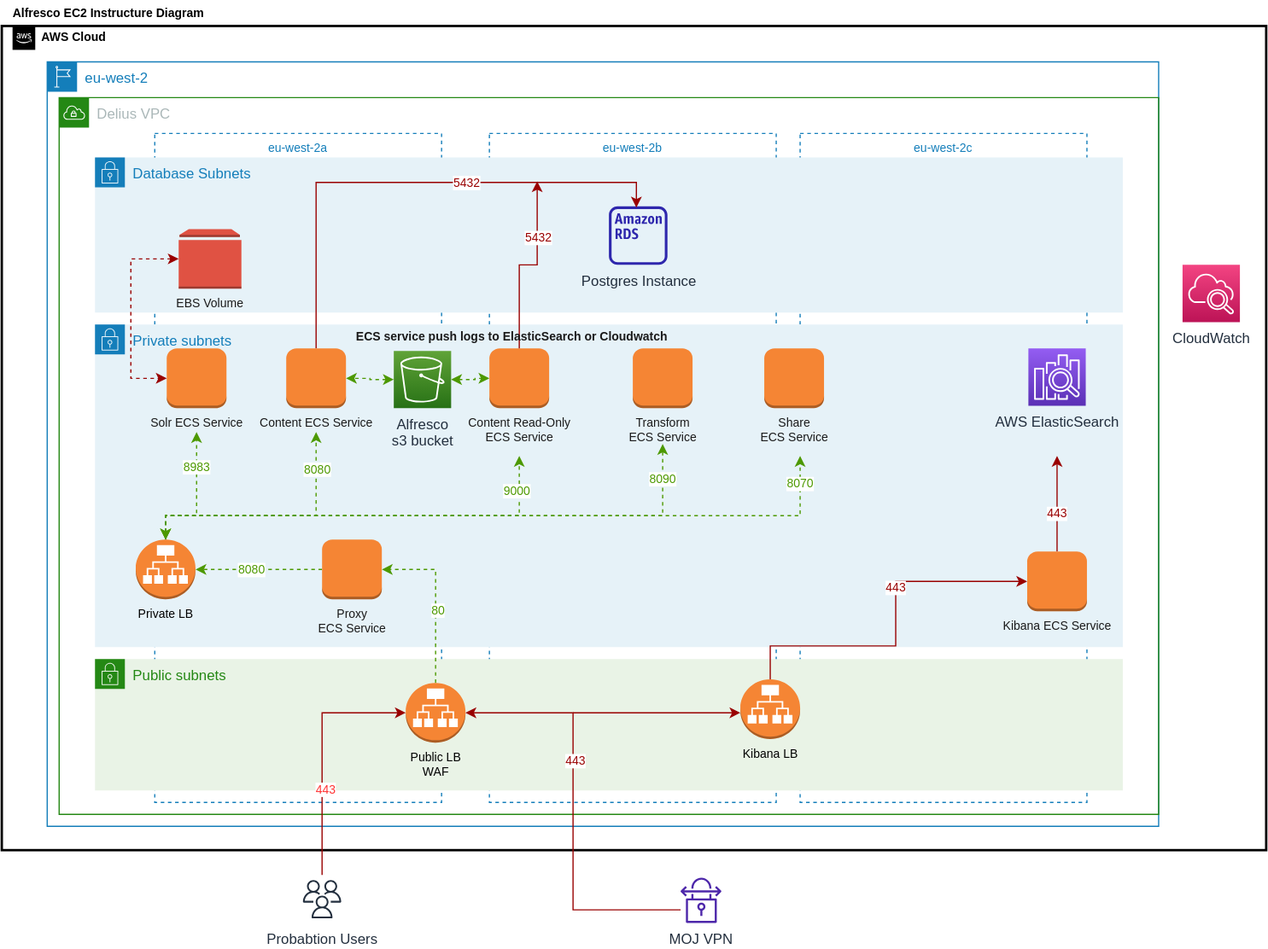
Earlier version of the draw.io export documentation/alfresco-ecs.drawio.svg (ministryofjustice/hmpps-delius-alfresco-shared-terraform). Source tidied: cells renumbered, new cells last; positions are measured from the earlier drawing's top-left corner, leaving out a move shared by most shapes.
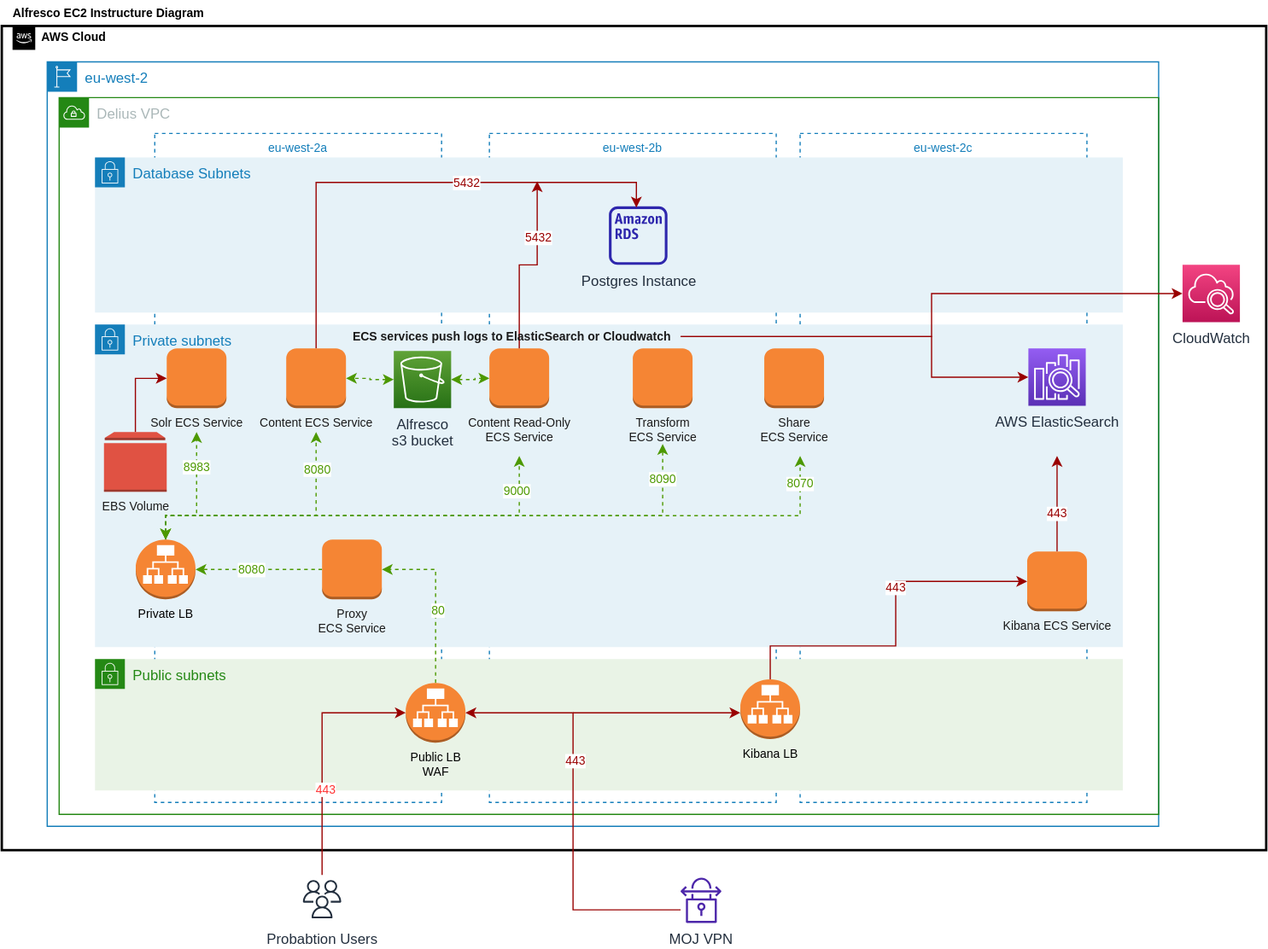
Above is the later version.

What changed in the source:
```diff
@@ -195,16 +195,11 @@
     <mxCell id="48" value="Alfresco &lt;br&gt;s3 bucket" style="sketch=0;points=[[0,0,0],[0.25,0,0],[0.5,0,0],[0.75,0,0],[1,0,0],[0,1,0],[0.25,1,0],[0.5,1,0],[0.75,1,0],[1,1,0],[0,0.25,0],[0,0.5,0],[0,0.75,0],[1,0.25,0],[1,0.5,0],[1,0.75,0]];outlineConnect=0;fontColor=#232F3E;gradientColor=#60A337;gradientDirection=north;fillColor=#277116;strokeColor=#ffffff;dashed=0;verticalLabelPosition=bottom;verticalAlign=top;align=center;html=1;fontSize=12;fontStyle=0;shape=mxgraph.aws4.resourceIcon;resIcon=mxgraph.aws4.s3;" parent="1" vertex="1">
       <mxGeometry x="329" y="293" width="48" height="48" as="geometry" />
     </mxCell>
-    <mxCell id="49" style="edgeStyle=orthogonalEdgeStyle;rounded=0;jettySize=auto;html=1;entryX=0;entryY=0.5;entryDx=0;entryDy=0;entryPerimeter=0;dashed=1;fontSize=10;fontColor=#990000;startArrow=classic;startFill=1;endArrow=classic;endFill=1;strokeColor=#990000;exitX=0;exitY=0.5;exitDx=0;exitDy=0;exitPerimeter=0;" parent="1" edge="1" source="50" target="28">
-      <mxGeometry relative="1" as="geometry">
-        <Array as="points">
-          <mxPoint x="109" y="216" />
-          <mxPoint x="109" y="316" />
-        </Array>
-      </mxGeometry>
+    <mxCell id="49" style="edgeStyle=orthogonalEdgeStyle;rounded=0;jettySize=auto;html=1;entryX=0;entryY=0.5;entryDx=0;entryDy=0;entryPerimeter=0;fontSize=10;fontColor=#1A1A1A;startArrow=none;startFill=0;endArrow=classic;endFill=1;strokeColor=#990000;" parent="1" edge="1" source="50" target="28">
+      <mxGeometry relative="1" as="geometry" />
     </mxCell>
     <mxCell id="50" value="EBS Volume" style="outlineConnect=0;dashed=0;verticalLabelPosition=bottom;verticalAlign=top;align=center;html=1;shape=mxgraph.aws3.volume;fillColor=#E05243;gradientColor=none;dashPattern=1 4;fontSize=10;fontColor=#1A1A1A;strokeColor=#FF9999;strokeWidth=2;" parent="1" vertex="1">
-      <mxGeometry x="149" y="191" width="52.5" height="50" as="geometry" />
+      <mxGeometry x="86.5" y="361" width="52.5" height="50" as="geometry" />
     </mxCell>
     <mxCell id="51" value="CloudWatch" style="sketch=0;points=[[0,0,0],[0.25,0,0],[0.5,0,0],[0.75,0,0],[1,0,0],[0,1,0],[0.25,1,0],[0.5,1,0],[0.75,1,0],[1,1,0],[0,0.25,0],[0,0.5,0],[0,0.75,0],[1,0.25,0],[1,0.5,0],[1,0.75,0]];points=[[0,0,0],[0.25,0,0],[0.5,0,0],[0.75,0,0],[1,0,0],[0,1,0],[0.25,1,0],[0.5,1,0],[0.75,1,0],[1,1,0],[0,0.25,0],[0,0.5,0],[0,0.75,0],[1,0.25,0],[1,0.5,0],[1,0.75,0]];outlineConnect=0;fontColor=#232F3E;gradientColor=#F34482;gradientDirection=north;fillColor=#BC1356;strokeColor=#ffffff;dashed=0;verticalLabelPosition=bottom;verticalAlign=top;align=center;html=1;fontSize=12;fontStyle=0;shape=mxgraph.aws4.resourceIcon;resIcon=mxgraph.aws4.cloudwatch_2;dashPattern=1 4;" parent="1" vertex="1">
       <mxGeometry x="989" y="221" width="48" height="48" as="geometry" />
@@ -248,7 +243,18 @@
         <mxPoint x="14" y="-26" as="offset" />
       </mxGeometry>
     </mxCell>
+    <mxCell id="64" style="edgeStyle=orthogonalEdgeStyle;rounded=0;jettySize=auto;html=1;entryX=0;entryY=0.5;entryDx=0;entryDy=0;entryPerimeter=0;fontSize=10;fontColor=#1A1A1A;startArrow=none;startFill=0;endArrow=classic;endFill=1;strokeColor=#990000;" parent="1" edge="1" source="63" target="16">
+      <mxGeometry relative="1" as="geometry">
+        <Array as="points">
+          <mxPoint x="779" y="281" />
+          <mxPoint x="779" y="315" />
+        </Array>
+      </mxGeometry>
+    </mxCell>
+    <mxCell id="65" style="edgeStyle=orthogonalEdgeStyle;rounded=0;jettySize=auto;html=1;entryX=0;entryY=0.5;entryDx=0;entryDy=0;entryPerimeter=0;fontSize=10;fontColor=#1A1A1A;startArrow=none;startFill=0;endArrow=classic;endFill=1;strokeColor=#990000;" parent="1" edge="1" source="63" target="51">
+      <mxGeometry relative="1" as="geometry" />
+    </mxCell>
-    <mxCell id="63" value="&lt;font color=&quot;#1a1a1a&quot;&gt;&lt;b&gt;ECS service push logs to ElasticSearch or Cloudwatch&amp;nbsp;&lt;/b&gt;&lt;/font&gt;" style="text;html=1;align=center;verticalAlign=middle;points=[];fillColor=none;strokeColor=none;rounded=0;dashed=1;dashPattern=1 4;fontSize=10;fontColor=#4D9900;" parent="1" vertex="1">
+    <mxCell id="63" value="&lt;font color=&quot;#1a1a1a&quot;&gt;&lt;b&gt;ECS services push logs to ElasticSearch or Cloudwatch&amp;nbsp;&lt;/b&gt;&lt;/font&gt;" style="text;html=1;align=center;verticalAlign=middle;points=[];fillColor=none;strokeColor=none;rounded=0;dashed=1;dashPattern=1 4;fontSize=10;fontColor=#4D9900;" parent="1" vertex="1">
       <mxGeometry x="289" y="271" width="280" height="20" as="geometry" />
     </mxCell>
   </root>
```
